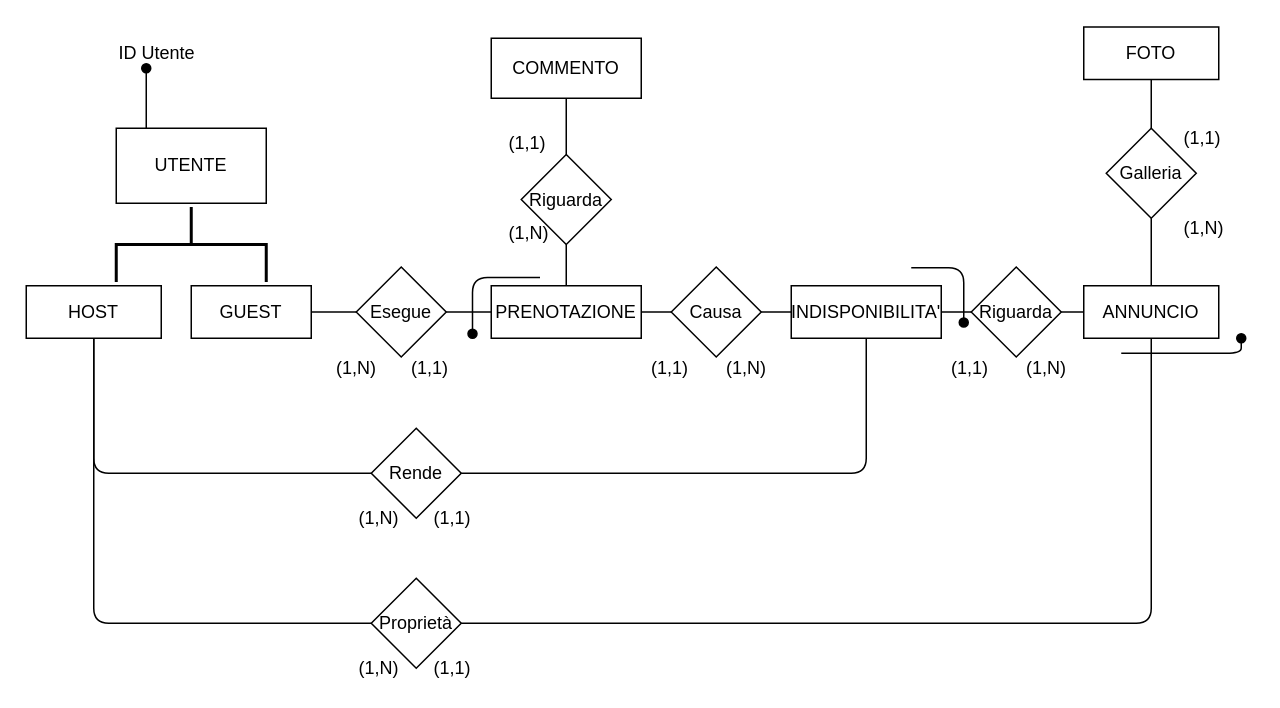
Before: Database/SCHEMA_ER.drawio.xml in GiulioUmbrella/FRENT, a draw.io diagram. Source tidied: cells renumbered, new cells numbered last; positions are measured from the earlier drawing's top-left corner, leaving out a move shared by most shapes. Both pictures are drawn from the tidied source at 150%, with x=0, y=0 at pixel (26, 26).
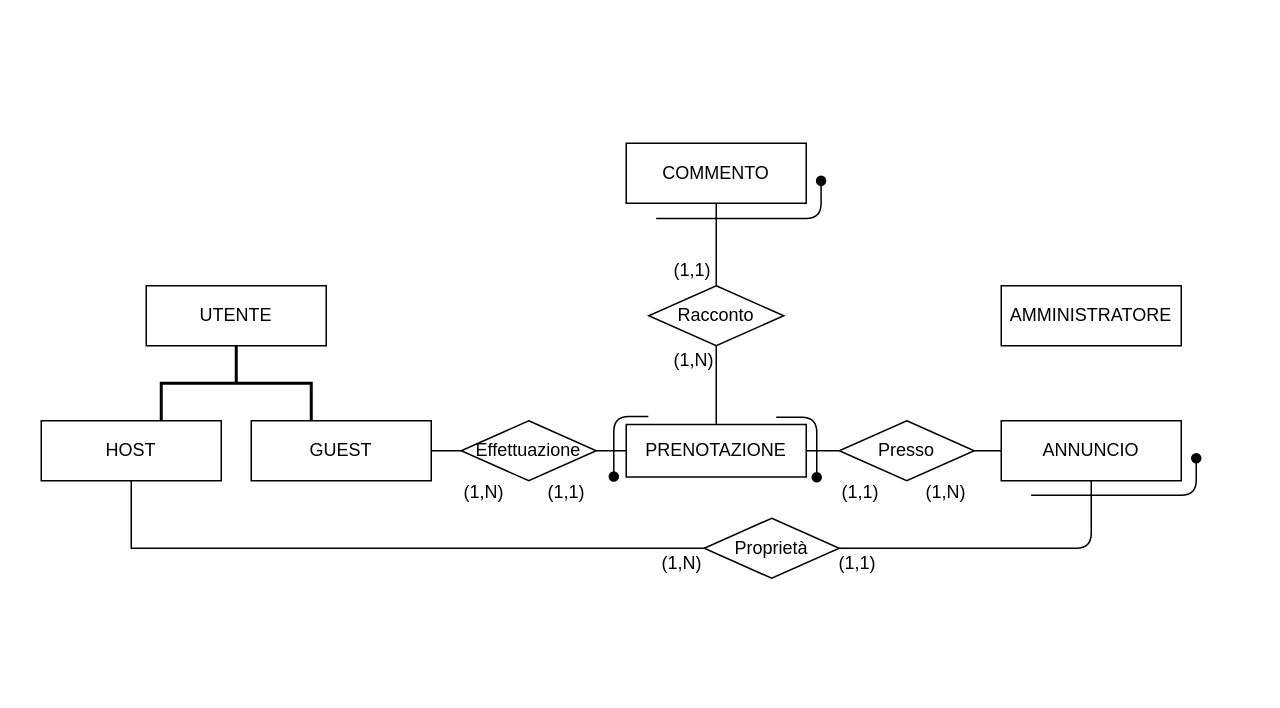
After the change.

Commit message (it also covers changes not shown here):
Aggiornato modello ER

What changed in the source:
```diff
@@
     <mxCell id="2" value="UTENTE" style="rounded=0;whiteSpace=wrap;html=1;" parent="1" vertex="1">
-      <mxGeometry x="60" y="68" width="100" height="50" as="geometry" />
+      <mxGeometry x="80" y="173" width="120" height="40" as="geometry" />
     </mxCell>
+    <mxCell id="32" style="edgeStyle=orthogonalEdgeStyle;rounded=0;jettySize=auto;html=1;endArrow=none;endFill=0;strokeWidth=1;entryX=0;entryY=0.5;entryDx=0;entryDy=0;" parent="1" edge="1" source="3" target="16">
+      <mxGeometry relative="1" as="geometry">
+        <Array as="points">
+          <mxPoint x="70" y="348" />
+        </Array>
+      </mxGeometry>
+    </mxCell>
     <mxCell id="3" value="HOST" style="rounded=0;whiteSpace=wrap;html=1;" parent="1" vertex="1">
-      <mxGeometry y="173" width="90" height="35" as="geometry" />
+      <mxGeometry x="10" y="263" width="120" height="40" as="geometry" />
     </mxCell>
     <mxCell id="4" value="GUEST" style="rounded=0;whiteSpace=wrap;html=1;" parent="1" vertex="1">
-      <mxGeometry x="110" y="173" width="80" height="35" as="geometry" />
+      <mxGeometry x="150" y="263" width="120" height="40" as="geometry" />
     </mxCell>
     <mxCell id="5" value="PRENOTAZIONE" style="rounded=0;whiteSpace=wrap;html=1;" parent="1" vertex="1">
-      <mxGeometry x="310" y="173" width="100" height="35" as="geometry" />
+      <mxGeometry x="400" y="265.5" width="120" height="35" as="geometry" />
     </mxCell>
-    <mxCell id="6" value="INDISPONIBILITA'" style="rounded=0;whiteSpace=wrap;html=1;" parent="1" vertex="1">
-      <mxGeometry x="510" y="173" width="100" height="35" as="geometry" />
-    </mxCell>
     <mxCell id="7" value="ANNUNCIO" style="rounded=0;whiteSpace=wrap;html=1;" parent="1" vertex="1">
-      <mxGeometry x="705" y="173" width="90" height="35" as="geometry" />
+      <mxGeometry x="650" y="263" width="120" height="40" as="geometry" />
     </mxCell>
-    <mxCell id="8" value="FOTO" style="rounded=0;whiteSpace=wrap;html=1;" parent="1" vertex="1">
-      <mxGeometry x="705" y="0.5" width="90" height="35" as="geometry" />
-    </mxCell>
     <mxCell id="9" value="COMMENTO" style="rounded=0;whiteSpace=wrap;html=1;" parent="1" vertex="1">
-      <mxGeometry x="310" y="8" width="100" height="40" as="geometry" />
+      <mxGeometry x="400" y="78" width="120" height="40" as="geometry" />
     </mxCell>
-    <mxCell id="10" value="Esegue" style="rhombus;whiteSpace=wrap;html=1;" parent="1" vertex="1">
-      <mxGeometry x="220" y="160.5" width="60" height="60" as="geometry" />
+    <mxCell id="10" value="Effettuazione" style="rhombus;whiteSpace=wrap;html=1;" parent="1" vertex="1">
+      <mxGeometry x="290" y="263" width="90" height="40" as="geometry" />
     </mxCell>
-    <mxCell id="11" value="Causa" style="rhombus;whiteSpace=wrap;html=1;" parent="1" vertex="1">
-      <mxGeometry x="430" y="160.5" width="60" height="60" as="geometry" />
+    <mxCell id="11" value="Presso" style="rhombus;whiteSpace=wrap;html=1;" parent="1" vertex="1">
+      <mxGeometry x="542" y="263" width="90" height="40" as="geometry" />
     </mxCell>
-    <mxCell id="12" value="Riguarda" style="rhombus;whiteSpace=wrap;html=1;" parent="1" vertex="1">
-      <mxGeometry x="630" y="160.5" width="60" height="60" as="geometry" />
-    </mxCell>
-    <mxCell id="13" value="Riguarda" style="rhombus;whiteSpace=wrap;html=1;" parent="1" vertex="1">
-      <mxGeometry x="330" y="85.5" width="60" height="60" as="geometry" />
+    <mxCell id="13" value="Racconto" style="rhombus;whiteSpace=wrap;html=1;" parent="1" vertex="1">
+      <mxGeometry x="415" y="173" width="90" height="40" as="geometry" />
     </mxCell>
-    <mxCell id="14" value="Galleria" style="rhombus;whiteSpace=wrap;html=1;" parent="1" vertex="1">
-      <mxGeometry x="720" y="68" width="60" height="60" as="geometry" />
-    </mxCell>
-    <mxCell id="15" value="Rende" style="rhombus;whiteSpace=wrap;html=1;" parent="1" vertex="1">
-      <mxGeometry x="230" y="268" width="60" height="60" as="geometry" />
-    </mxCell>
     <mxCell id="16" value="Proprietà" style="rhombus;whiteSpace=wrap;html=1;" parent="1" vertex="1">
-      <mxGeometry x="230" y="368" width="60" height="60" as="geometry" />
+      <mxGeometry x="452" y="328" width="90" height="40" as="geometry" />
     </mxCell>
@@
-    <mxCell id="18" style="strokeWidth=2;html=1;shape=mxgraph.flowchart.annotation_2;align=left;labelPosition=right;rotation=90;" parent="1" vertex="1">
-      <mxGeometry x="85" y="95.5" width="50" height="100" as="geometry" />
-    </mxCell>
@@
-    <mxCell id="21" style="endArrow=none;html=1;entryX=0;entryY=0.5;entryDx=0;entryDy=0;exitX=1;exitY=0.5;exitDx=0;exitDy=0;" parent="1" edge="1" source="11" target="6">
+    <mxCell id="21" style="endArrow=none;html=1;entryX=0;entryY=0.5;entryDx=0;entryDy=0;exitX=1;exitY=0.5;exitDx=0;exitDy=0;" parent="1" edge="1" source="11" target="7">
       <mxGeometry relative="1" as="geometry" />
     </mxCell>
-    <mxCell id="22" style="endArrow=none;html=1;entryX=0;entryY=0.5;entryDx=0;entryDy=0;exitX=1;exitY=0.5;exitDx=0;exitDy=0;" parent="1" edge="1" source="6" target="12">
-      <mxGeometry relative="1" as="geometry" />
-    </mxCell>
-    <mxCell id="23" style="endArrow=none;html=1;entryX=0;entryY=0.5;entryDx=0;entryDy=0;exitX=1;exitY=0.5;exitDx=0;exitDy=0;" parent="1" edge="1" source="12" target="7">
-      <mxGeometry relative="1" as="geometry" />
-    </mxCell>
-    <mxCell id="24" style="endArrow=none;html=1;entryX=0.5;entryY=0;entryDx=0;entryDy=0;exitX=0.5;exitY=1;exitDx=0;exitDy=0;" parent="1" edge="1" source="13" target="5">
+    <mxCell id="24" style="endArrow=none;html=1;exitX=0.5;exitY=1;exitDx=0;exitDy=0;entryX=0.5;entryY=0;entryDx=0;entryDy=0;" parent="1" edge="1" source="13" target="5">
       <mxGeometry relative="1" as="geometry" />
     </mxCell>
@@
-    <mxCell id="26" style="endArrow=none;html=1;exitX=0.5;exitY=1;exitDx=0;exitDy=0;entryX=0.5;entryY=0;entryDx=0;entryDy=0;" parent="1" edge="1" source="8" target="14">
-      <mxGeometry relative="1" as="geometry" />
-    </mxCell>
-    <mxCell id="27" style="endArrow=none;html=1;entryX=0.5;entryY=0;entryDx=0;entryDy=0;exitX=0.5;exitY=1;exitDx=0;exitDy=0;" parent="1" edge="1" source="14" target="7">
-      <mxGeometry relative="1" as="geometry" />
-    </mxCell>
-    <mxCell id="28" style="endArrow=none;endFill=0;html=1;edgeStyle=orthogonalEdgeStyle;align=left;verticalAlign=top;entryX=0;entryY=0.5;entryDx=0;entryDy=0;exitX=0.5;exitY=1;exitDx=0;exitDy=0;" parent="1" edge="1" source="3" target="15">
-      <mxGeometry x="-1" relative="1" as="geometry" />
-    </mxCell>
-    <mxCell id="29" style="html=1;align=left;verticalAlign=bottom;labelBackgroundColor=#ffffff;fontSize=10;" parent="28" vertex="1">
-      <mxGeometry x="-1" relative="1" as="geometry" />
-    </mxCell>
-    <mxCell id="30" style="edgeStyle=segmentEdgeStyle;endArrow=none;html=1;entryX=0.5;entryY=1;entryDx=0;entryDy=0;endFill=0;exitX=1;exitY=0.5;exitDx=0;exitDy=0;" parent="1" edge="1" source="15" target="6">
-      <mxGeometry relative="1" as="geometry" />
-    </mxCell>
-    <mxCell id="31" style="edgeStyle=segmentEdgeStyle;endArrow=none;html=1;entryX=0.5;entryY=1;entryDx=0;entryDy=0;endFill=0;exitX=1;exitY=0.5;exitDx=0;exitDy=0;" parent="1" edge="1" target="7">
-      <mxGeometry relative="1" as="geometry">
-        <mxPoint x="290" y="398" as="sourcePoint" />
-        <Array as="points">
-          <mxPoint x="750" y="398" />
-        </Array>
-      </mxGeometry>
+    <mxCell id="31" style="edgeStyle=segmentEdgeStyle;endArrow=none;html=1;entryX=0.5;entryY=1;entryDx=0;entryDy=0;endFill=0;exitX=1;exitY=0.5;exitDx=0;exitDy=0;" parent="1" edge="1" source="16" target="7">
+      <mxGeometry relative="1" as="geometry" />
     </mxCell>
-    <mxCell id="32" style="endArrow=none;endFill=0;html=1;edgeStyle=orthogonalEdgeStyle;align=left;verticalAlign=top;entryX=0;entryY=0.5;entryDx=0;entryDy=0;exitX=0.5;exitY=1;exitDx=0;exitDy=0;" parent="1" edge="1" source="3" target="16">
-      <mxGeometry x="-1" relative="1" as="geometry">
-        <Array as="points">
-          <mxPoint x="45" y="398" />
-        </Array>
-      </mxGeometry>
-    </mxCell>
-    <mxCell id="33" style="html=1;align=left;verticalAlign=bottom;labelBackgroundColor=#ffffff;fontSize=10;" parent="32" vertex="1">
-      <mxGeometry x="-1" relative="1" as="geometry" />
-    </mxCell>
-    <mxCell id="34" style="endArrow=none;html=1;startArrow=oval;startFill=1;" parent="1" edge="1">
-      <mxGeometry relative="1" as="geometry">
-        <mxPoint x="80" y="28" as="sourcePoint" />
-        <mxPoint x="80" y="68" as="targetPoint" />
-      </mxGeometry>
-    </mxCell>
-    <mxCell id="35" value="ID Utente" style="text;html=1;align=left;verticalAlign=top;spacingTop=-4;" parent="1" vertex="1">
-      <mxGeometry x="60" y="8" width="70" height="20" as="geometry" />
-    </mxCell>
     <mxCell id="36" value="(1,N)" style="text;html=1;align=left;verticalAlign=top;spacingTop=-4;" parent="1" vertex="1">
-      <mxGeometry x="205" y="218" width="40" height="20" as="geometry" />
+      <mxGeometry x="290" y="300.5" width="40" height="20" as="geometry" />
     </mxCell>
     <mxCell id="37" value="(1,1)" style="text;html=1;align=left;verticalAlign=top;spacingTop=-4;" parent="1" vertex="1">
-      <mxGeometry x="255" y="218" width="40" height="20" as="geometry" />
+      <mxGeometry x="346" y="300.5" width="40" height="20" as="geometry" />
     </mxCell>
-    <mxCell id="38" value="(1,N)" style="text;html=1;align=left;verticalAlign=top;spacingTop=-4;" parent="1" vertex="1">
-      <mxGeometry x="220" y="318" width="40" height="20" as="geometry" />
-    </mxCell>
-    <mxCell id="39" value="(1,1)" style="text;html=1;align=left;verticalAlign=top;spacingTop=-4;" parent="1" vertex="1">
-      <mxGeometry x="270" y="318" width="40" height="20" as="geometry" />
-    </mxCell>
     <mxCell id="40" value="(1,N)" style="text;html=1;align=left;verticalAlign=top;spacingTop=-4;" parent="1" vertex="1">
-      <mxGeometry x="220" y="418" width="40" height="20" as="geometry" />
+      <mxGeometry x="422" y="348" width="40" height="20" as="geometry" />
     </mxCell>
     <mxCell id="41" value="(1,1)" style="text;html=1;align=left;verticalAlign=top;spacingTop=-4;" parent="1" vertex="1">
-      <mxGeometry x="270" y="418" width="40" height="20" as="geometry" />
+      <mxGeometry x="540" y="348" width="40" height="20" as="geometry" />
     </mxCell>
     <mxCell id="42" value="(1,1)" style="text;html=1;align=left;verticalAlign=top;spacingTop=-4;" parent="1" vertex="1">
-      <mxGeometry x="320" y="68" width="40" height="20" as="geometry" />
+      <mxGeometry x="430" y="153" width="40" height="20" as="geometry" />
     </mxCell>
     <mxCell id="43" value="(1,N)" style="text;html=1;align=left;verticalAlign=top;spacingTop=-4;" parent="1" vertex="1">
-      <mxGeometry x="320" y="128" width="40" height="20" as="geometry" />
+      <mxGeometry x="430" y="213" width="40" height="20" as="geometry" />
     </mxCell>
-    <mxCell id="44" value="(1,1)" style="text;html=1;align=left;verticalAlign=top;spacingTop=-4;" parent="1" vertex="1">
-      <mxGeometry x="770" y="64.5" width="40" height="20" as="geometry" />
-    </mxCell>
-    <mxCell id="45" value="(1,N)" style="text;html=1;align=left;verticalAlign=top;spacingTop=-4;" parent="1" vertex="1">
-      <mxGeometry x="770" y="124.5" width="40" height="20" as="geometry" />
-    </mxCell>
-    <mxCell id="46" value="(1,1)" style="text;html=1;align=left;verticalAlign=top;spacingTop=-4;" parent="1" vertex="1">
-      <mxGeometry x="415" y="218" width="40" height="20" as="geometry" />
-    </mxCell>
-    <mxCell id="47" value="(1,N)" style="text;html=1;align=left;verticalAlign=top;spacingTop=-4;" parent="1" vertex="1">
-      <mxGeometry x="465" y="218" width="40" height="20" as="geometry" />
-    </mxCell>
-    <mxCell id="48" value="(1,1)" style="text;html=1;align=left;verticalAlign=top;spacingTop=-4;" parent="1" vertex="1">
-      <mxGeometry x="615" y="218" width="40" height="20" as="geometry" />
-    </mxCell>
-    <mxCell id="49" value="(1,N)" style="text;html=1;align=left;verticalAlign=top;spacingTop=-4;" parent="1" vertex="1">
-      <mxGeometry x="665" y="218" width="40" height="20" as="geometry" />
-    </mxCell>
-    <mxCell id="50" style="edgeStyle=segmentEdgeStyle;endArrow=oval;html=1;startArrow=none;startFill=0;endFill=1;" parent="1" edge="1">
-      <mxGeometry relative="1" as="geometry">
-        <mxPoint x="342.5" y="167.5" as="sourcePoint" />
-        <mxPoint x="297.5" y="205" as="targetPoint" />
-        <Array as="points">
-          <mxPoint x="297.5" y="167.5" />
-        </Array>
-      </mxGeometry>
-    </mxCell>
     <mxCell id="51" style="edgeStyle=segmentEdgeStyle;endArrow=oval;html=1;startArrow=none;startFill=0;endFill=1;" parent="1" edge="1">
       <mxGeometry relative="1" as="geometry">
-        <mxPoint x="730" y="218" as="sourcePoint" />
-        <mxPoint x="810" y="208" as="targetPoint" />
+        <mxPoint x="669.9" y="312.7" as="sourcePoint" />
+        <mxPoint x="780" y="288" as="targetPoint" />
         <Array as="points">
-          <mxPoint x="765" y="218" />
-          <mxPoint x="810" y="218" />
+          <mxPoint x="780" y="313" />
         </Array>
       </mxGeometry>
     </mxCell>
-    <mxCell id="52" style="edgeStyle=segmentEdgeStyle;endArrow=oval;html=1;startArrow=none;startFill=0;endFill=1;" parent="1" edge="1">
-      <mxGeometry relative="1" as="geometry">
-        <mxPoint x="590" y="161" as="sourcePoint" />
-        <mxPoint x="625" y="197.5" as="targetPoint" />
-        <Array as="points">
-          <mxPoint x="625" y="160.5" />
-          <mxPoint x="625" y="197.5" />
-        </Array>
-      </mxGeometry>
-    </mxCell>
+    <mxCell id="53" value="AMMINISTRATORE" style="rounded=0;whiteSpace=wrap;html=1;" parent="1" vertex="1">
+      <mxGeometry x="650" y="173" width="120" height="40" as="geometry" />
+    </mxCell>
+    <mxCell id="54" style="edgeStyle=segmentEdgeStyle;endArrow=oval;html=1;startArrow=none;startFill=0;endFill=1;" parent="1" edge="1">
+      <mxGeometry relative="1" as="geometry">
+        <mxPoint x="500" y="260.6" as="sourcePoint" />
+        <mxPoint x="527" y="300.7" as="targetPoint" />
+        <Array as="points">
+          <mxPoint x="527" y="260.7" />
+        </Array>
+      </mxGeometry>
+    </mxCell>
+    <mxCell id="55" style="edgeStyle=segmentEdgeStyle;endArrow=oval;html=1;startArrow=none;startFill=0;endFill=1;" parent="1" edge="1">
+      <mxGeometry relative="1" as="geometry">
+        <mxPoint x="414.7" y="260.1" as="sourcePoint" />
+        <mxPoint x="391.7" y="300.2" as="targetPoint" />
+        <Array as="points">
+          <mxPoint x="391.6" y="260.1" />
+        </Array>
+      </mxGeometry>
+    </mxCell>
+    <mxCell id="56" style="strokeWidth=2;html=1;shape=mxgraph.flowchart.annotation_2;align=left;labelPosition=right;rotation=90;" parent="1" vertex="1">
+      <mxGeometry x="115" y="188" width="50" height="100" as="geometry" />
+    </mxCell>
+    <mxCell id="57" value="(1,1)" style="text;html=1;align=left;verticalAlign=top;spacingTop=-4;" parent="1" vertex="1">
+      <mxGeometry x="542" y="300.5" width="40" height="20" as="geometry" />
+    </mxCell>
+    <mxCell id="58" value="(1,N)" style="text;html=1;align=left;verticalAlign=top;spacingTop=-4;" parent="1" vertex="1">
+      <mxGeometry x="598" y="300.5" width="40" height="20" as="geometry" />
+    </mxCell>
+    <mxCell id="59" style="edgeStyle=segmentEdgeStyle;endArrow=oval;html=1;startArrow=none;startFill=0;endFill=1;" parent="1" edge="1">
+      <mxGeometry relative="1" as="geometry">
+        <mxPoint x="419.9" y="128.1" as="sourcePoint" />
+        <mxPoint x="529.9" y="103" as="targetPoint" />
+        <Array as="points">
+          <mxPoint x="529.9" y="128.1" />
+        </Array>
+      </mxGeometry>
+    </mxCell>
```
